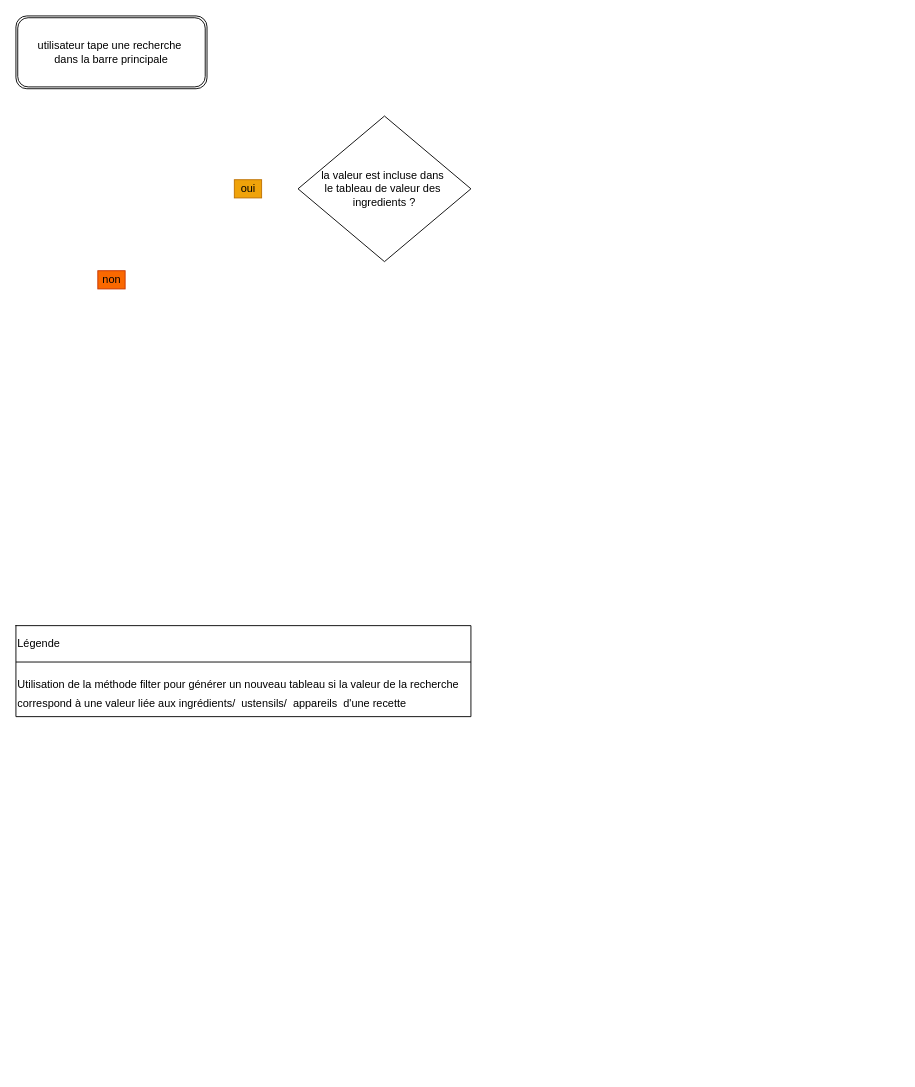
Above: algo2.drawio in jeremybosqui/Projet7_Algo (draw.io), before the change. Source tidied: cells renumbered, new cells numbered last; positions are measured from the earlier drawing's top-left corner, leaving out a move shared by most shapes. Both pictures are drawn from the tidied source at 91%, with x=0, y=0 at pixel (15, 15).
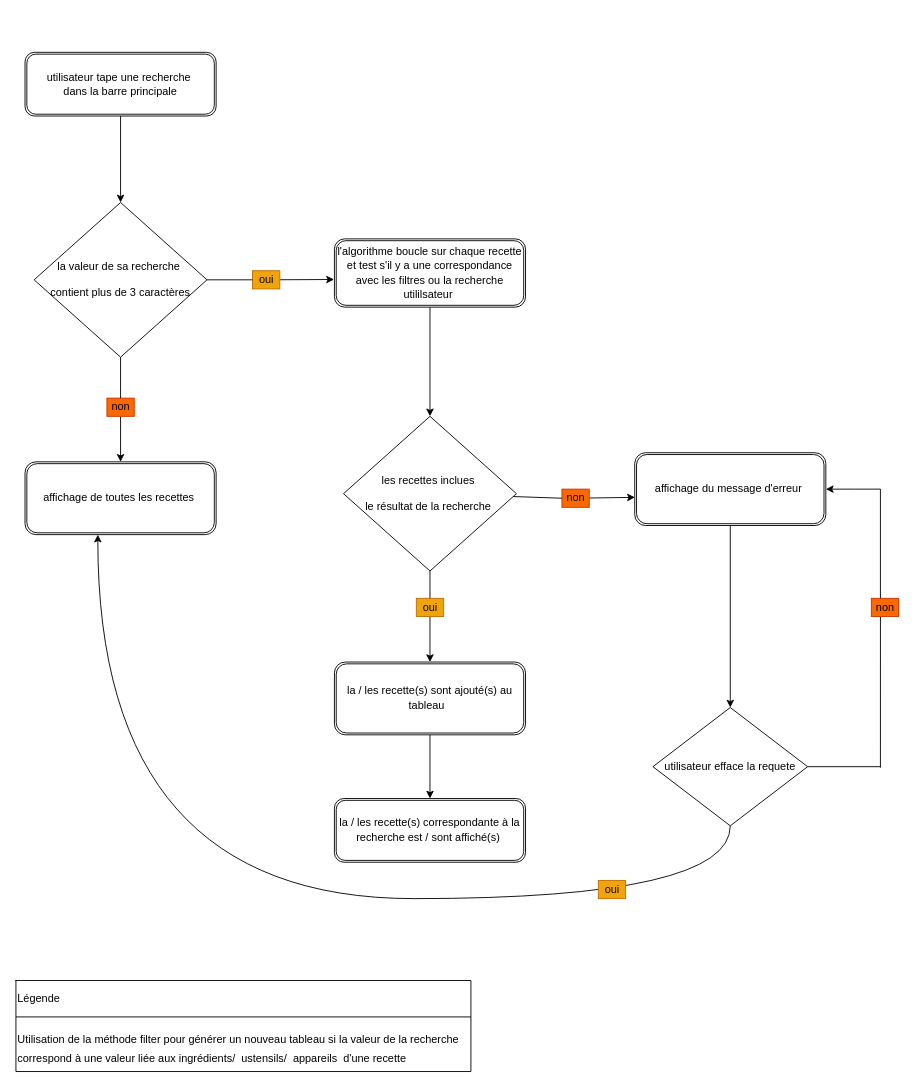
The same page after the edit.

Diff of the diagram source:
```diff
@@
+    <mxCell id="11" style="edgeStyle=none;html=1;entryX=0.5;entryY=0;entryDx=0;entryDy=0;" parent="1" edge="1" source="2" target="3">
+      <mxGeometry relative="1" as="geometry" />
+    </mxCell>
     <mxCell id="2" value="utilisateur tape une recherche&amp;nbsp; &lt;br&gt;dans la barre principale" style="shape=ext;double=1;rounded=1;whiteSpace=wrap;html=1;" parent="1" vertex="1">
-      <mxGeometry width="210" height="80" as="geometry" />
+      <mxGeometry x="10" y="40" width="210" height="70" as="geometry" />
     </mxCell>
+    <mxCell id="12" style="edgeStyle=none;html=1;startArrow=none;" parent="1" edge="1" source="5">
+      <mxGeometry relative="1" as="geometry">
+        <mxPoint x="115" y="490" as="targetPoint" />
+      </mxGeometry>
+    </mxCell>
+    <mxCell id="13" style="edgeStyle=none;html=1;entryX=-0.002;entryY=0.595;entryDx=0;entryDy=0;startArrow=none;entryPerimeter=0;" parent="1" edge="1" source="4" target="20">
+      <mxGeometry relative="1" as="geometry" />
+    </mxCell>
-    <mxCell id="3" value="la valeur est incluse dans&amp;nbsp;&lt;br&gt;le tableau de valeur des&amp;nbsp; ingredients ?" style="rhombus;whiteSpace=wrap;html=1;rotation=0;" parent="1" vertex="1">
-      <mxGeometry x="310" y="110" width="190" height="160" as="geometry" />
+    <mxCell id="3" value="&lt;p style=&quot;line-height: 1.3&quot;&gt;la valeur de sa&amp;nbsp;&lt;span&gt;recherche&amp;nbsp;&lt;/span&gt;&lt;/p&gt;&lt;p style=&quot;line-height: 1.3&quot;&gt;&lt;span&gt;contient plus de 3 caractères&lt;/span&gt;&lt;/p&gt;" style="rhombus;whiteSpace=wrap;html=1;rotation=0;" parent="1" vertex="1">
+      <mxGeometry x="20" y="205" width="190" height="170" as="geometry" />
     </mxCell>
-    <mxCell id="4" value="oui" style="text;html=1;align=center;verticalAlign=middle;points=[];strokeColor=#BD7000;fillColor=#f0a30a;sketch=0;shadow=0;fontColor=#000000;" parent="1" vertex="1">
-      <mxGeometry x="240" y="180" width="30" height="20" as="geometry" />
-    </mxCell>
-    <mxCell id="5" value="non" style="text;html=1;align=center;verticalAlign=middle;points=[];strokeColor=#C73500;fillColor=#fa6800;sketch=0;shadow=0;fontColor=#000000;" parent="1" vertex="1">
-      <mxGeometry x="90" y="280" width="30" height="20" as="geometry" />
-    </mxCell>
     <mxCell id="6" style="shape=table;startSize=0;childLayout=tableLayout;" parent="1" vertex="1">
-      <mxGeometry y="670" width="500" height="100" as="geometry" />
+      <mxGeometry y="1060" width="500" height="100" as="geometry" />
     </mxCell>
@@
+    <mxCell id="14" style="edgeStyle=none;html=1;startArrow=none;entryX=0.001;entryY=0.613;entryDx=0;entryDy=0;entryPerimeter=0;" parent="1" edge="1" source="25" target="24">
+      <mxGeometry relative="1" as="geometry" />
+    </mxCell>
+    <mxCell id="15" style="edgeStyle=none;html=1;startArrow=none;" parent="1" edge="1" source="27">
+      <mxGeometry relative="1" as="geometry">
+        <mxPoint x="455" y="710" as="targetPoint" />
+      </mxGeometry>
+    </mxCell>
+    <mxCell id="16" value="&lt;p style=&quot;line-height: 1.3&quot;&gt;les recettes inclues&amp;nbsp;&lt;/p&gt;&lt;p style=&quot;line-height: 1.3&quot;&gt;le résultat de la recherche&amp;nbsp;&lt;/p&gt;" style="rhombus;whiteSpace=wrap;html=1;rotation=0;" parent="1" vertex="1">
+      <mxGeometry x="360" y="440" width="190" height="170" as="geometry" />
+    </mxCell>
+    <mxCell id="17" value="&lt;p style=&quot;line-height: 1.3&quot;&gt;affichage de toutes les recettes&amp;nbsp;&lt;/p&gt;" style="shape=ext;double=1;rounded=1;whiteSpace=wrap;html=1;" parent="1" vertex="1">
+      <mxGeometry x="10" y="490" width="210" height="80" as="geometry" />
+    </mxCell>
+    <mxCell id="5" value="non" style="text;html=1;align=center;verticalAlign=middle;points=[];strokeColor=#C73500;fillColor=#fa6800;sketch=0;shadow=0;fontColor=#000000;" parent="1" vertex="1">
+      <mxGeometry x="100" y="420" width="30" height="20" as="geometry" />
+    </mxCell>
+    <mxCell id="18" style="edgeStyle=none;html=1;endArrow=none;" parent="1" edge="1" source="3" target="5">
+      <mxGeometry relative="1" as="geometry" />
+    </mxCell>
+    <mxCell id="19" style="edgeStyle=none;html=1;" parent="1" edge="1" source="20">
+      <mxGeometry relative="1" as="geometry">
+        <mxPoint x="455" y="440" as="targetPoint" />
+      </mxGeometry>
+    </mxCell>
+    <mxCell id="20" value="&lt;p style=&quot;line-height: 1.3&quot;&gt;l'algorithme boucle sur chaque recette et test s'il y a une correspondance avec les filtres ou la recherche utililsateur&amp;nbsp;&lt;/p&gt;" style="shape=ext;double=1;rounded=1;whiteSpace=wrap;html=1;" parent="1" vertex="1">
+      <mxGeometry x="350" y="245" width="210" height="75" as="geometry" />
+    </mxCell>
+    <mxCell id="4" value="oui" style="text;html=1;align=center;verticalAlign=middle;points=[];strokeColor=#BD7000;fillColor=#f0a30a;sketch=0;shadow=0;fontColor=#000000;" parent="1" vertex="1">
+      <mxGeometry x="260" y="280" width="30" height="20" as="geometry" />
+    </mxCell>
+    <mxCell id="21" style="edgeStyle=none;html=1;entryX=0;entryY=0.5;entryDx=0;entryDy=0;endArrow=none;" parent="1" edge="1" source="3" target="4">
+      <mxGeometry relative="1" as="geometry" />
+    </mxCell>
+    <mxCell id="22" style="edgeStyle=none;html=1;" parent="1" edge="1" source="24">
+      <mxGeometry relative="1" as="geometry">
+        <mxPoint x="785" y="760" as="targetPoint" />
+      </mxGeometry>
+    </mxCell>
+    <mxCell id="23" style="edgeStyle=orthogonalEdgeStyle;curved=1;html=1;startArrow=classic;startFill=1;endArrow=none;endFill=0;elbow=vertical;" parent="1" edge="1" source="24">
+      <mxGeometry relative="1" as="geometry">
+        <mxPoint x="950" y="520" as="targetPoint" />
+      </mxGeometry>
+    </mxCell>
+    <mxCell id="24" value="&lt;p style=&quot;line-height: 1.3&quot;&gt;affichage du message d'erreur&amp;nbsp;&lt;/p&gt;" style="shape=ext;double=1;rounded=1;whiteSpace=wrap;html=1;" parent="1" vertex="1">
+      <mxGeometry x="680" y="480" width="210" height="80" as="geometry" />
+    </mxCell>
+    <mxCell id="25" value="non" style="text;html=1;align=center;verticalAlign=middle;points=[];strokeColor=#C73500;fillColor=#fa6800;sketch=0;shadow=0;fontColor=#000000;" parent="1" vertex="1">
+      <mxGeometry x="600" y="520" width="30" height="20" as="geometry" />
+    </mxCell>
+    <mxCell id="26" style="edgeStyle=none;html=1;entryX=0;entryY=0.5;entryDx=0;entryDy=0;endArrow=none;" parent="1" edge="1" source="16" target="25">
+      <mxGeometry relative="1" as="geometry">
+        <Array as="points">
+          <mxPoint x="600" y="530" />
+        </Array>
+      </mxGeometry>
+    </mxCell>
+    <mxCell id="27" value="oui" style="text;html=1;align=center;verticalAlign=middle;points=[];strokeColor=#BD7000;fillColor=#f0a30a;sketch=0;shadow=0;fontColor=#000000;" parent="1" vertex="1">
+      <mxGeometry x="440" y="640" width="30" height="20" as="geometry" />
+    </mxCell>
+    <mxCell id="28" style="edgeStyle=none;html=1;endArrow=none;" parent="1" edge="1" source="16">
+      <mxGeometry relative="1" as="geometry">
+        <mxPoint x="455" y="640" as="targetPoint" />
+      </mxGeometry>
+    </mxCell>
+    <mxCell id="29" style="edgeStyle=none;html=1;" parent="1" edge="1" source="30">
+      <mxGeometry relative="1" as="geometry">
+        <mxPoint x="455" y="860" as="targetPoint" />
+      </mxGeometry>
+    </mxCell>
+    <mxCell id="30" value="&lt;p style=&quot;line-height: 1.3&quot;&gt;la / les recette(s) sont ajouté(s) au tableau&amp;nbsp;&amp;nbsp;&lt;/p&gt;" style="shape=ext;double=1;rounded=1;whiteSpace=wrap;html=1;" parent="1" vertex="1">
+      <mxGeometry x="350" y="710" width="210" height="80" as="geometry" />
+    </mxCell>
+    <mxCell id="31" value="&lt;p style=&quot;line-height: 1.3&quot;&gt;la / les recette(s) correspondante à la recherche est / sont affiché(s)&amp;nbsp;&lt;br&gt;&lt;/p&gt;" style="shape=ext;double=1;rounded=1;whiteSpace=wrap;html=1;" parent="1" vertex="1">
+      <mxGeometry x="350" y="860" width="210" height="70" as="geometry" />
+    </mxCell>
+    <mxCell id="32" style="edgeStyle=orthogonalEdgeStyle;html=1;entryX=0.381;entryY=1;entryDx=0;entryDy=0;entryPerimeter=0;elbow=vertical;curved=1;" parent="1" edge="1" source="34" target="17">
+      <mxGeometry relative="1" as="geometry">
+        <Array as="points">
+          <mxPoint x="785" y="970" />
+          <mxPoint x="90" y="970" />
+        </Array>
+      </mxGeometry>
+    </mxCell>
+    <mxCell id="33" style="edgeStyle=orthogonalEdgeStyle;curved=1;html=1;elbow=vertical;endArrow=none;endFill=0;" parent="1" edge="1" source="34">
+      <mxGeometry relative="1" as="geometry">
+        <mxPoint x="950" y="825" as="targetPoint" />
+      </mxGeometry>
+    </mxCell>
+    <mxCell id="34" value="utilisateur efface la requete" style="rhombus;whiteSpace=wrap;html=1;rotation=0;gradientColor=none;" parent="1" vertex="1">
+      <mxGeometry x="700" y="760" width="170" height="130" as="geometry" />
+    </mxCell>
+    <mxCell id="35" value="oui" style="text;html=1;align=center;verticalAlign=middle;strokeColor=#BD7000;fillColor=#f0a30a;sketch=0;shadow=0;fontColor=#000000;" parent="1" vertex="1">
+      <mxGeometry x="640" y="950" width="30" height="20" as="geometry" />
+    </mxCell>
+    <mxCell id="36" style="edgeStyle=none;html=1;endArrow=none;endFill=0;startArrow=none;exitX=0.334;exitY=1.018;exitDx=0;exitDy=0;exitPerimeter=0;" parent="1" edge="1" source="37">
+      <mxGeometry relative="1" as="geometry">
+        <mxPoint x="950" y="826" as="targetPoint" />
+      </mxGeometry>
+    </mxCell>
+    <mxCell id="37" value="non" style="text;html=1;align=center;verticalAlign=middle;points=[];strokeColor=#C73500;fillColor=#fa6800;sketch=0;shadow=0;fontColor=#000000;" parent="1" vertex="1">
+      <mxGeometry x="940" y="640" width="30" height="20" as="geometry" />
+    </mxCell>
+    <mxCell id="38" style="edgeStyle=none;html=1;endArrow=none;endFill=0;" parent="1" edge="1">
+      <mxGeometry relative="1" as="geometry">
+        <mxPoint x="950" y="520" as="sourcePoint" />
+        <mxPoint x="950" y="640" as="targetPoint" />
+      </mxGeometry>
+    </mxCell>
```
